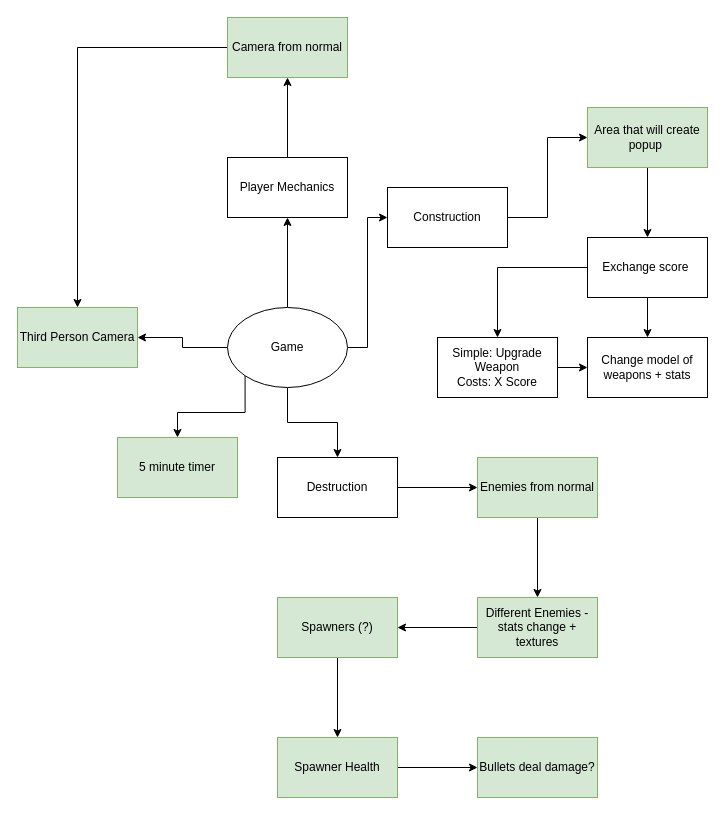
The draw.io diagram mindmap.drawio in xboxdimensions/Zombie-Shooter, before the edit. Source tidied: cells renumbered, new cells numbered last; positions are measured from the earlier drawing's top-left corner, leaving out a move shared by most shapes. Both pictures are drawn from the tidied source at 100%, with x=0, y=0 at pixel (17, 17).
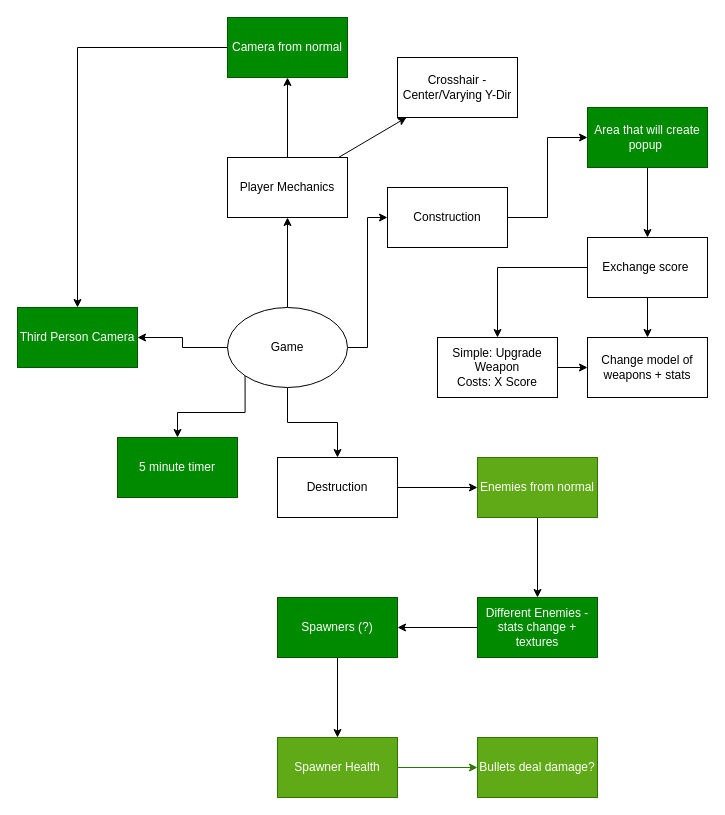
The same page after the edit.

Unchanged cells that the change refers to:
```xml
<mxCell id="9" value="Player Mechanics" style="whiteSpace=wrap;html=1;" parent="1" vertex="1">
  <mxGeometry x="210" y="140" width="120" height="60" as="geometry" />
</mxCell>
```

The edit, as a diff of the source:
```diff
@@
+    <mxCell id="35" style="edgeStyle=none;html=1;" parent="1" edge="1" source="9" target="36">
+      <mxGeometry relative="1" as="geometry" />
+    </mxCell>
@@
-    <mxCell id="11" value="Camera from normal" style="whiteSpace=wrap;html=1;fillColor=#d5e8d4;strokeColor=#82b366;" parent="1" vertex="1">
+    <mxCell id="11" value="Camera from normal" style="whiteSpace=wrap;html=1;fillColor=#008a00;strokeColor=#005700;fontColor=#ffffff;" parent="1" vertex="1">
       <mxGeometry x="210" width="120" height="60" as="geometry" />
     </mxCell>
@@
-    <mxCell id="18" value="Enemies from normal" style="whiteSpace=wrap;html=1;fillColor=#d5e8d4;strokeColor=#82b366;" parent="1" vertex="1">
+    <mxCell id="18" value="Enemies from normal" style="whiteSpace=wrap;html=1;fillColor=#60a917;strokeColor=#2D7600;fontColor=#ffffff;" parent="1" vertex="1">
       <mxGeometry x="460" y="440" width="120" height="60" as="geometry" />
     </mxCell>
@@
-    <mxCell id="23" value="Area that will create popup&amp;nbsp;" style="whiteSpace=wrap;html=1;fillColor=#d5e8d4;strokeColor=#82b366;" parent="1" vertex="1">
+    <mxCell id="23" value="Area that will create popup&amp;nbsp;" style="whiteSpace=wrap;html=1;fillColor=#008a00;strokeColor=#005700;fontColor=#ffffff;" parent="1" vertex="1">
       <mxGeometry x="570" y="90" width="120" height="60" as="geometry" />
     </mxCell>
-    <mxCell id="24" value="Third Person Camera" style="whiteSpace=wrap;html=1;fillColor=#d5e8d4;strokeColor=#82b366;" parent="1" vertex="1">
+    <mxCell id="24" value="Third Person Camera" style="whiteSpace=wrap;html=1;fillColor=#008a00;strokeColor=#005700;fontColor=#ffffff;" parent="1" vertex="1">
       <mxGeometry y="290" width="120" height="60" as="geometry" />
     </mxCell>
@@
-    <mxCell id="26" value="Different Enemies - stats change + textures" style="whiteSpace=wrap;html=1;fillColor=#d5e8d4;strokeColor=#82b366;" parent="1" vertex="1">
+    <mxCell id="26" value="Different Enemies - stats change + textures" style="whiteSpace=wrap;html=1;fillColor=#008a00;strokeColor=#005700;fontColor=#ffffff;" parent="1" vertex="1">
       <mxGeometry x="460" y="580" width="120" height="60" as="geometry" />
     </mxCell>
@@
-    <mxCell id="28" value="Spawners (?)" style="whiteSpace=wrap;html=1;fillColor=#d5e8d4;strokeColor=#82b366;" parent="1" vertex="1">
+    <mxCell id="28" value="Spawners (?)" style="whiteSpace=wrap;html=1;fillColor=#008a00;strokeColor=#005700;fontColor=#ffffff;" parent="1" vertex="1">
       <mxGeometry x="260" y="580" width="120" height="60" as="geometry" />
     </mxCell>
-    <mxCell id="29" value="5 minute timer" style="rounded=0;whiteSpace=wrap;html=1;fillColor=#d5e8d4;strokeColor=#82b366;" parent="1" vertex="1">
+    <mxCell id="29" value="5 minute timer" style="rounded=0;whiteSpace=wrap;html=1;fillColor=#008a00;strokeColor=#005700;fontColor=#ffffff;" parent="1" vertex="1">
       <mxGeometry x="100" y="420" width="120" height="60" as="geometry" />
     </mxCell>
-    <mxCell id="30" style="edgeStyle=orthogonalEdgeStyle;rounded=0;jettySize=auto;html=1;" parent="1" edge="1" source="31" target="32">
+    <mxCell id="30" style="edgeStyle=orthogonalEdgeStyle;rounded=0;jettySize=auto;html=1;fillColor=#60a917;strokeColor=#2D7600;" parent="1" edge="1" source="31" target="32">
       <mxGeometry relative="1" as="geometry" />
     </mxCell>
-    <mxCell id="31" value="Spawner Health" style="whiteSpace=wrap;html=1;fillColor=#d5e8d4;strokeColor=#82b366;" parent="1" vertex="1">
+    <mxCell id="31" value="Spawner Health" style="whiteSpace=wrap;html=1;fillColor=#60a917;strokeColor=#2D7600;fontColor=#ffffff;" parent="1" vertex="1">
       <mxGeometry x="260" y="720" width="120" height="60" as="geometry" />
     </mxCell>
-    <mxCell id="32" value="Bullets deal damage?" style="whiteSpace=wrap;html=1;fillColor=#d5e8d4;strokeColor=#82b366;" parent="1" vertex="1">
+    <mxCell id="32" value="Bullets deal damage?" style="whiteSpace=wrap;html=1;fillColor=#60a917;strokeColor=#2D7600;fontColor=#ffffff;" parent="1" vertex="1">
       <mxGeometry x="460" y="720" width="120" height="60" as="geometry" />
     </mxCell>
@@
+    <mxCell id="36" value="Crosshair - Center/Varying Y-Dir" style="whiteSpace=wrap;html=1;" parent="1" vertex="1">
+      <mxGeometry x="380" y="40" width="120" height="60" as="geometry" />
+    </mxCell>
```
